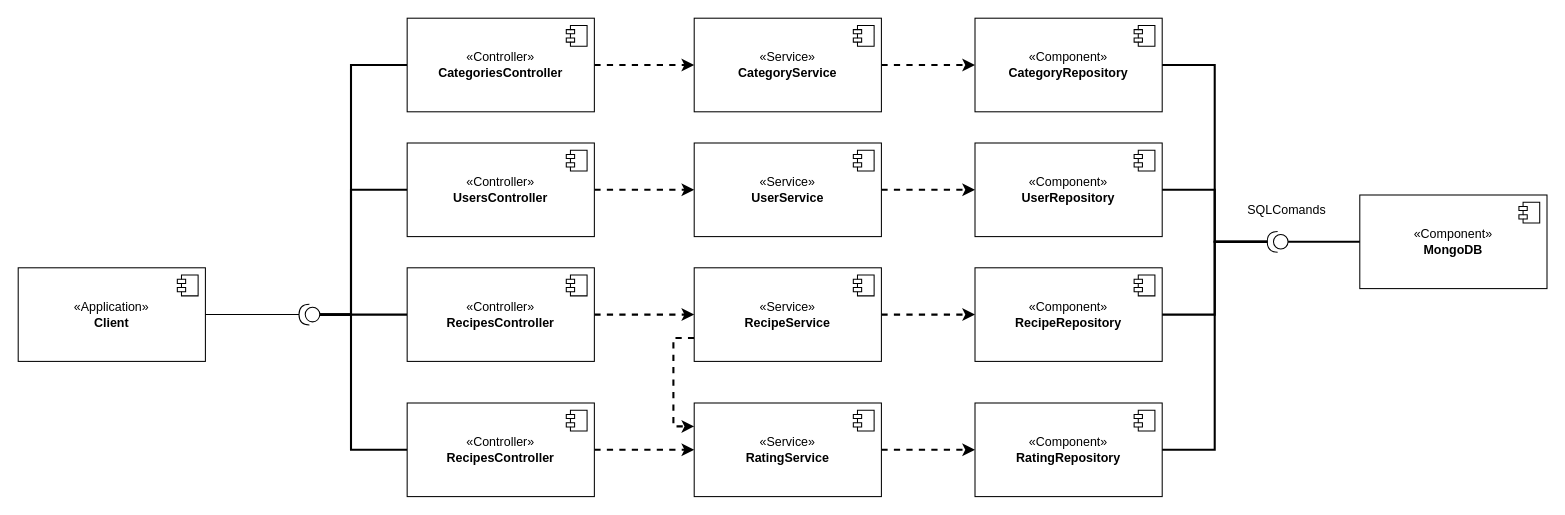
Before: LW4/LW4 Task3.drawio.xml in mievvchuk/Yevchuk_MiA, a draw.io diagram. Source tidied: cells renumbered, new cells numbered last; positions are measured from the earlier drawing's top-left corner, leaving out a move shared by most shapes. Both pictures are drawn from the tidied source at 104%, with x=0, y=0 at pixel (18, 18).
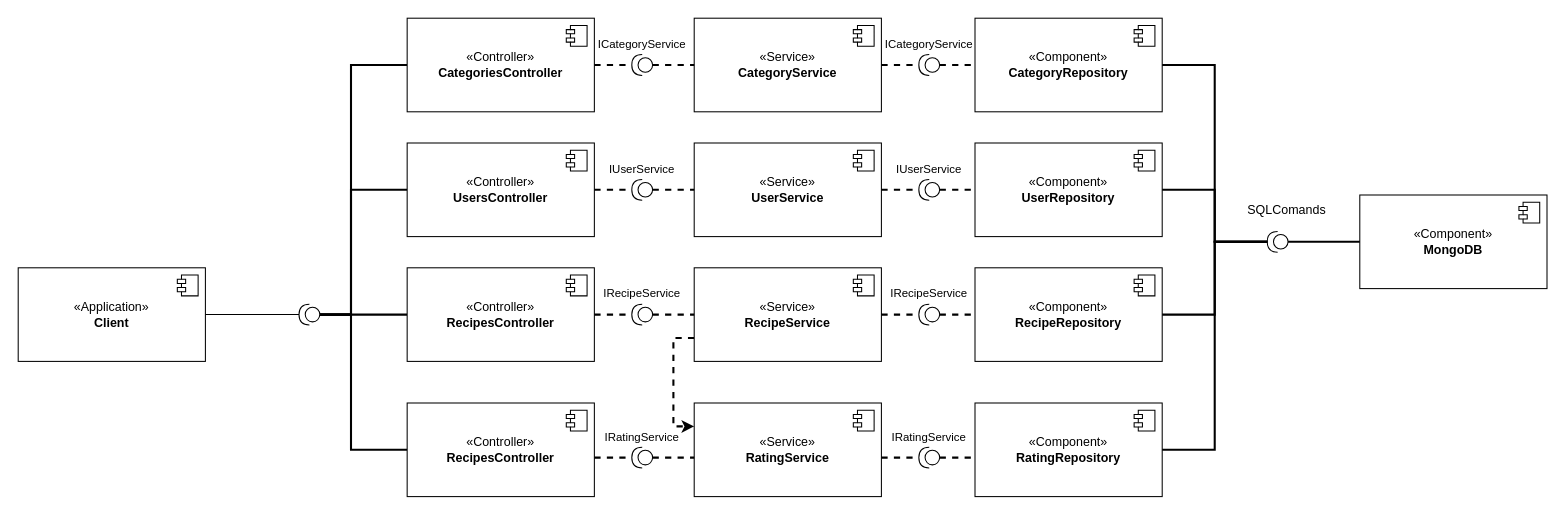
Above is the later version.

The change refers to these unchanged cells:
```xml
<mxCell id="11" value="«Controller»&lt;br&gt;&lt;b&gt;CategoriesController&lt;/b&gt;" style="html=1;whiteSpace=wrap;" parent="1" vertex="1">
  <mxGeometry x="374" width="180" height="90" as="geometry" />
</mxCell>
<mxCell id="14" value="«Controller»&lt;br&gt;&lt;b&gt;UsersController&lt;/b&gt;" style="html=1;whiteSpace=wrap;" parent="1" vertex="1">
  <mxGeometry x="374" y="120" width="180" height="90" as="geometry" />
</mxCell>
<mxCell id="17" value="«Controller»&lt;br&gt;&lt;b&gt;RecipesController&lt;/b&gt;" style="html=1;whiteSpace=wrap;" parent="1" vertex="1">
  <mxGeometry x="374" y="240" width="180" height="90" as="geometry" />
</mxCell>
<mxCell id="20" value="«Controller»&lt;br&gt;&lt;b&gt;RecipesController&lt;/b&gt;" style="html=1;whiteSpace=wrap;" parent="1" vertex="1">
  <mxGeometry x="374" y="370" width="180" height="90" as="geometry" />
</mxCell>
<mxCell id="23" value="«Service»&lt;br&gt;&lt;b&gt;CategoryService&lt;/b&gt;" style="html=1;whiteSpace=wrap;" parent="1" vertex="1">
  <mxGeometry x="650" width="180" height="90" as="geometry" />
</mxCell>
<mxCell id="26" value="«Service»&lt;br&gt;&lt;b&gt;UserService&lt;/b&gt;" style="html=1;whiteSpace=wrap;" parent="1" vertex="1">
  <mxGeometry x="650" y="120" width="180" height="90" as="geometry" />
</mxCell>
<mxCell id="30" value="«Service»&lt;br&gt;&lt;b&gt;RecipeService&lt;/b&gt;" style="html=1;whiteSpace=wrap;" parent="1" vertex="1">
  <mxGeometry x="650" y="240" width="180" height="90" as="geometry" />
</mxCell>
<mxCell id="33" value="«Service»&lt;br&gt;&lt;b&gt;RatingService&lt;/b&gt;" style="html=1;whiteSpace=wrap;" parent="1" vertex="1">
  <mxGeometry x="650" y="370" width="180" height="90" as="geometry" />
</mxCell>
<mxCell id="35" value="«Component»&lt;br&gt;&lt;b&gt;CategoryRepository&lt;/b&gt;" style="html=1;whiteSpace=wrap;" parent="1" vertex="1">
  <mxGeometry x="920" width="180" height="90" as="geometry" />
</mxCell>
<mxCell id="37" value="«Component»&lt;br&gt;&lt;b&gt;UserRepository&lt;/b&gt;" style="html=1;whiteSpace=wrap;" parent="1" vertex="1">
  <mxGeometry x="920" y="120" width="180" height="90" as="geometry" />
</mxCell>
<mxCell id="39" value="«Component»&lt;br&gt;&lt;b&gt;RecipeRepository&lt;/b&gt;" style="html=1;whiteSpace=wrap;" parent="1" vertex="1">
  <mxGeometry x="920" y="240" width="180" height="90" as="geometry" />
</mxCell>
<mxCell id="41" value="«Component»&lt;br&gt;&lt;b&gt;RatingRepository&lt;/b&gt;" style="html=1;whiteSpace=wrap;" parent="1" vertex="1">
  <mxGeometry x="920" y="370" width="180" height="90" as="geometry" />
</mxCell>
```

What changed in the source:
```diff
@@
-    <mxCell id="10" style="edgeStyle=orthogonalEdgeStyle;rounded=0;jettySize=auto;html=1;exitX=1;exitY=0.5;exitDx=0;exitDy=0;entryX=0;entryY=0.5;entryDx=0;entryDy=0;dashed=1;strokeWidth=2;" parent="1" edge="1" source="11" target="23">
-      <mxGeometry relative="1" as="geometry" />
-    </mxCell>
@@
-    <mxCell id="13" style="edgeStyle=orthogonalEdgeStyle;rounded=0;jettySize=auto;html=1;exitX=1;exitY=0.5;exitDx=0;exitDy=0;entryX=0;entryY=0.5;entryDx=0;entryDy=0;dashed=1;strokeWidth=2;" parent="1" edge="1" source="14" target="26">
-      <mxGeometry relative="1" as="geometry" />
-    </mxCell>
@@
-    <mxCell id="16" style="edgeStyle=orthogonalEdgeStyle;rounded=0;jettySize=auto;html=1;exitX=1;exitY=0.5;exitDx=0;exitDy=0;entryX=0;entryY=0.5;entryDx=0;entryDy=0;strokeWidth=2;dashed=1;" parent="1" edge="1" source="17" target="30">
-      <mxGeometry relative="1" as="geometry" />
-    </mxCell>
@@
-    <mxCell id="19" style="edgeStyle=orthogonalEdgeStyle;rounded=0;jettySize=auto;html=1;exitX=1;exitY=0.5;exitDx=0;exitDy=0;entryX=0;entryY=0.5;entryDx=0;entryDy=0;dashed=1;strokeWidth=2;" parent="1" edge="1" source="20" target="33">
-      <mxGeometry relative="1" as="geometry" />
-    </mxCell>
@@
-    <mxCell id="22" style="edgeStyle=orthogonalEdgeStyle;rounded=0;jettySize=auto;html=1;exitX=1;exitY=0.5;exitDx=0;exitDy=0;entryX=0;entryY=0.5;entryDx=0;entryDy=0;dashed=1;strokeWidth=2;" parent="1" edge="1" source="23" target="35">
-      <mxGeometry relative="1" as="geometry" />
-    </mxCell>
@@
-    <mxCell id="25" style="edgeStyle=orthogonalEdgeStyle;rounded=0;jettySize=auto;html=1;exitX=1;exitY=0.5;exitDx=0;exitDy=0;entryX=0;entryY=0.5;entryDx=0;entryDy=0;dashed=1;strokeWidth=2;" parent="1" edge="1" source="26" target="37">
-      <mxGeometry relative="1" as="geometry" />
-    </mxCell>
@@
-    <mxCell id="29" style="edgeStyle=orthogonalEdgeStyle;rounded=0;jettySize=auto;html=1;exitX=1;exitY=0.5;exitDx=0;exitDy=0;entryX=0;entryY=0.5;entryDx=0;entryDy=0;dashed=1;strokeWidth=2;" parent="1" edge="1" source="30" target="39">
-      <mxGeometry relative="1" as="geometry" />
-    </mxCell>
@@
-    <mxCell id="32" style="edgeStyle=orthogonalEdgeStyle;rounded=0;jettySize=auto;html=1;exitX=1;exitY=0.5;exitDx=0;exitDy=0;entryX=0;entryY=0.5;entryDx=0;entryDy=0;dashed=1;strokeWidth=2;" parent="1" edge="1" source="33" target="41">
-      <mxGeometry relative="1" as="geometry" />
-    </mxCell>
@@
+    <mxCell id="52" value="ICategoryService" style="ellipse;whiteSpace=wrap;html=1;align=center;fillColor=none;strokeColor=none;perimeter=centerPerimeter;fontSize=11;" parent="1" vertex="1">
+      <mxGeometry x="595" y="20" width="10" height="10" as="geometry" />
+    </mxCell>
+    <mxCell id="53" style="edgeStyle=orthogonalEdgeStyle;rounded=0;jettySize=auto;html=1;exitX=0;exitY=0.5;exitDx=0;exitDy=0;exitPerimeter=0;entryX=0;entryY=0.5;entryDx=0;entryDy=0;endArrow=none;endFill=0;dashed=1;strokeWidth=2;" parent="1" edge="1" source="54" target="23">
+      <mxGeometry relative="1" as="geometry" />
+    </mxCell>
+    <mxCell id="54" style="shape=providedRequiredInterface;html=1;verticalLabelPosition=bottom;sketch=0;rotation=-180;" parent="1" vertex="1">
+      <mxGeometry x="590" y="35" width="20" height="20" as="geometry" />
+    </mxCell>
+    <mxCell id="55" style="edgeStyle=orthogonalEdgeStyle;rounded=0;jettySize=auto;html=1;exitX=1;exitY=0.5;exitDx=0;exitDy=0;entryX=1;entryY=0.5;entryDx=0;entryDy=0;entryPerimeter=0;endArrow=none;endFill=0;dashed=1;strokeWidth=2;" parent="1" edge="1" source="11" target="54">
+      <mxGeometry relative="1" as="geometry" />
+    </mxCell>
+    <mxCell id="56" value="IUserService" style="ellipse;whiteSpace=wrap;html=1;align=center;fillColor=none;strokeColor=none;perimeter=centerPerimeter;fontSize=11;" parent="1" vertex="1">
+      <mxGeometry x="595" y="140" width="10" height="10" as="geometry" />
+    </mxCell>
+    <mxCell id="57" style="edgeStyle=orthogonalEdgeStyle;rounded=0;jettySize=auto;html=1;exitX=0;exitY=0.5;exitDx=0;exitDy=0;exitPerimeter=0;entryX=0;entryY=0.5;entryDx=0;entryDy=0;endArrow=none;endFill=0;dashed=1;strokeWidth=2;" parent="1" edge="1" source="58">
+      <mxGeometry relative="1" as="geometry">
+        <mxPoint x="650" y="165" as="targetPoint" />
+      </mxGeometry>
+    </mxCell>
+    <mxCell id="58" style="shape=providedRequiredInterface;html=1;verticalLabelPosition=bottom;sketch=0;rotation=-180;" parent="1" vertex="1">
+      <mxGeometry x="590" y="155" width="20" height="20" as="geometry" />
+    </mxCell>
+    <mxCell id="59" style="edgeStyle=orthogonalEdgeStyle;rounded=0;jettySize=auto;html=1;exitX=1;exitY=0.5;exitDx=0;exitDy=0;entryX=1;entryY=0.5;entryDx=0;entryDy=0;entryPerimeter=0;endArrow=none;endFill=0;dashed=1;strokeWidth=2;" parent="1" edge="1" target="58">
+      <mxGeometry relative="1" as="geometry">
+        <mxPoint x="554" y="165" as="sourcePoint" />
+      </mxGeometry>
+    </mxCell>
+    <mxCell id="60" value="IRecipeService" style="ellipse;whiteSpace=wrap;html=1;align=center;fillColor=none;strokeColor=none;perimeter=centerPerimeter;fontSize=11;" parent="1" vertex="1">
+      <mxGeometry x="595" y="260" width="10" height="10" as="geometry" />
+    </mxCell>
+    <mxCell id="61" style="edgeStyle=orthogonalEdgeStyle;rounded=0;jettySize=auto;html=1;exitX=0;exitY=0.5;exitDx=0;exitDy=0;exitPerimeter=0;entryX=0;entryY=0.5;entryDx=0;entryDy=0;endArrow=none;endFill=0;dashed=1;strokeWidth=2;" parent="1" edge="1" source="62">
+      <mxGeometry relative="1" as="geometry">
+        <mxPoint x="650" y="285" as="targetPoint" />
+      </mxGeometry>
+    </mxCell>
+    <mxCell id="62" style="shape=providedRequiredInterface;html=1;verticalLabelPosition=bottom;sketch=0;rotation=-180;" parent="1" vertex="1">
+      <mxGeometry x="590" y="275" width="20" height="20" as="geometry" />
+    </mxCell>
+    <mxCell id="63" style="edgeStyle=orthogonalEdgeStyle;rounded=0;jettySize=auto;html=1;exitX=1;exitY=0.5;exitDx=0;exitDy=0;entryX=1;entryY=0.5;entryDx=0;entryDy=0;entryPerimeter=0;endArrow=none;endFill=0;dashed=1;strokeWidth=2;" parent="1" edge="1" target="62">
+      <mxGeometry relative="1" as="geometry">
+        <mxPoint x="554" y="285" as="sourcePoint" />
+      </mxGeometry>
+    </mxCell>
+    <mxCell id="64" value="IRatingService" style="ellipse;whiteSpace=wrap;html=1;align=center;fillColor=none;strokeColor=none;perimeter=centerPerimeter;fontSize=11;" parent="1" vertex="1">
+      <mxGeometry x="595" y="397.5" width="10" height="10" as="geometry" />
+    </mxCell>
+    <mxCell id="65" style="edgeStyle=orthogonalEdgeStyle;rounded=0;jettySize=auto;html=1;exitX=0;exitY=0.5;exitDx=0;exitDy=0;exitPerimeter=0;entryX=0;entryY=0.5;entryDx=0;entryDy=0;endArrow=none;endFill=0;dashed=1;strokeWidth=2;" parent="1" edge="1" source="66">
+      <mxGeometry relative="1" as="geometry">
+        <mxPoint x="650" y="422.5" as="targetPoint" />
+      </mxGeometry>
+    </mxCell>
+    <mxCell id="66" style="shape=providedRequiredInterface;html=1;verticalLabelPosition=bottom;sketch=0;rotation=-180;" parent="1" vertex="1">
+      <mxGeometry x="590" y="412.5" width="20" height="20" as="geometry" />
+    </mxCell>
+    <mxCell id="67" style="edgeStyle=orthogonalEdgeStyle;rounded=0;jettySize=auto;html=1;exitX=1;exitY=0.5;exitDx=0;exitDy=0;entryX=1;entryY=0.5;entryDx=0;entryDy=0;entryPerimeter=0;endArrow=none;endFill=0;dashed=1;strokeWidth=2;" parent="1" edge="1" target="66">
+      <mxGeometry relative="1" as="geometry">
+        <mxPoint x="554" y="422.5" as="sourcePoint" />
+      </mxGeometry>
+    </mxCell>
+    <mxCell id="68" value="ICategoryService" style="ellipse;whiteSpace=wrap;html=1;align=center;fillColor=none;strokeColor=none;perimeter=centerPerimeter;fontSize=11;" parent="1" vertex="1">
+      <mxGeometry x="871" y="20" width="10" height="10" as="geometry" />
+    </mxCell>
+    <mxCell id="69" style="edgeStyle=orthogonalEdgeStyle;rounded=0;jettySize=auto;html=1;exitX=0;exitY=0.5;exitDx=0;exitDy=0;exitPerimeter=0;endArrow=none;endFill=0;dashed=1;strokeWidth=2;" parent="1" edge="1" source="70">
+      <mxGeometry relative="1" as="geometry">
+        <mxPoint x="920" y="45" as="targetPoint" />
+      </mxGeometry>
+    </mxCell>
+    <mxCell id="70" style="shape=providedRequiredInterface;html=1;verticalLabelPosition=bottom;sketch=0;rotation=-180;" parent="1" vertex="1">
+      <mxGeometry x="866" y="35" width="20" height="20" as="geometry" />
+    </mxCell>
+    <mxCell id="71" style="edgeStyle=orthogonalEdgeStyle;rounded=0;jettySize=auto;html=1;exitX=1;exitY=0.5;exitDx=0;exitDy=0;entryX=1;entryY=0.5;entryDx=0;entryDy=0;entryPerimeter=0;endArrow=none;endFill=0;dashed=1;strokeWidth=2;" parent="1" edge="1" target="70">
+      <mxGeometry relative="1" as="geometry">
+        <mxPoint x="830" y="45" as="sourcePoint" />
+      </mxGeometry>
+    </mxCell>
+    <mxCell id="72" value="IUserService" style="ellipse;whiteSpace=wrap;html=1;align=center;fillColor=none;strokeColor=none;perimeter=centerPerimeter;fontSize=11;" parent="1" vertex="1">
+      <mxGeometry x="871" y="140" width="10" height="10" as="geometry" />
+    </mxCell>
+    <mxCell id="73" style="edgeStyle=orthogonalEdgeStyle;rounded=0;jettySize=auto;html=1;exitX=0;exitY=0.5;exitDx=0;exitDy=0;exitPerimeter=0;endArrow=none;endFill=0;dashed=1;strokeWidth=2;" parent="1" edge="1" source="74">
+      <mxGeometry relative="1" as="geometry">
+        <mxPoint x="920" y="165" as="targetPoint" />
+      </mxGeometry>
+    </mxCell>
+    <mxCell id="74" style="shape=providedRequiredInterface;html=1;verticalLabelPosition=bottom;sketch=0;rotation=-180;" parent="1" vertex="1">
+      <mxGeometry x="866" y="155" width="20" height="20" as="geometry" />
+    </mxCell>
+    <mxCell id="75" style="edgeStyle=orthogonalEdgeStyle;rounded=0;jettySize=auto;html=1;exitX=1;exitY=0.5;exitDx=0;exitDy=0;entryX=1;entryY=0.5;entryDx=0;entryDy=0;entryPerimeter=0;endArrow=none;endFill=0;dashed=1;strokeWidth=2;" parent="1" edge="1" target="74">
+      <mxGeometry relative="1" as="geometry">
+        <mxPoint x="830" y="165" as="sourcePoint" />
+      </mxGeometry>
+    </mxCell>
+    <mxCell id="76" value="IRecipeService" style="ellipse;whiteSpace=wrap;html=1;align=center;fillColor=none;strokeColor=none;perimeter=centerPerimeter;fontSize=11;" parent="1" vertex="1">
+      <mxGeometry x="871" y="260" width="10" height="10" as="geometry" />
+    </mxCell>
+    <mxCell id="77" style="edgeStyle=orthogonalEdgeStyle;rounded=0;jettySize=auto;html=1;exitX=0;exitY=0.5;exitDx=0;exitDy=0;exitPerimeter=0;entryX=0;entryY=0.5;entryDx=0;entryDy=0;endArrow=none;endFill=0;dashed=1;strokeWidth=2;" parent="1" edge="1" source="78" target="39">
+      <mxGeometry relative="1" as="geometry" />
+    </mxCell>
+    <mxCell id="78" style="shape=providedRequiredInterface;html=1;verticalLabelPosition=bottom;sketch=0;rotation=-180;" parent="1" vertex="1">
+      <mxGeometry x="866" y="275" width="20" height="20" as="geometry" />
+    </mxCell>
+    <mxCell id="79" style="edgeStyle=orthogonalEdgeStyle;rounded=0;jettySize=auto;html=1;exitX=1;exitY=0.5;exitDx=0;exitDy=0;entryX=1;entryY=0.5;entryDx=0;entryDy=0;entryPerimeter=0;endArrow=none;endFill=0;dashed=1;strokeWidth=2;" parent="1" edge="1" target="78">
+      <mxGeometry relative="1" as="geometry">
+        <mxPoint x="830" y="285" as="sourcePoint" />
+      </mxGeometry>
+    </mxCell>
+    <mxCell id="80" value="IRatingService" style="ellipse;whiteSpace=wrap;html=1;align=center;fillColor=none;strokeColor=none;perimeter=centerPerimeter;fontSize=11;" parent="1" vertex="1">
+      <mxGeometry x="871" y="397.5" width="10" height="10" as="geometry" />
+    </mxCell>
+    <mxCell id="81" style="edgeStyle=orthogonalEdgeStyle;rounded=0;jettySize=auto;html=1;exitX=0;exitY=0.5;exitDx=0;exitDy=0;exitPerimeter=0;entryX=-0.004;entryY=0.563;entryDx=0;entryDy=0;endArrow=none;endFill=0;dashed=1;strokeWidth=2;entryPerimeter=0;" parent="1" edge="1" source="82" target="41">
+      <mxGeometry relative="1" as="geometry" />
+    </mxCell>
+    <mxCell id="82" style="shape=providedRequiredInterface;html=1;verticalLabelPosition=bottom;sketch=0;rotation=-180;" parent="1" vertex="1">
+      <mxGeometry x="866" y="412.5" width="20" height="20" as="geometry" />
+    </mxCell>
+    <mxCell id="83" style="edgeStyle=orthogonalEdgeStyle;rounded=0;jettySize=auto;html=1;exitX=1;exitY=0.5;exitDx=0;exitDy=0;entryX=1;entryY=0.5;entryDx=0;entryDy=0;entryPerimeter=0;endArrow=none;endFill=0;dashed=1;strokeWidth=2;" parent="1" edge="1" target="82">
+      <mxGeometry relative="1" as="geometry">
+        <mxPoint x="830" y="422.5" as="sourcePoint" />
+      </mxGeometry>
+    </mxCell>
```
